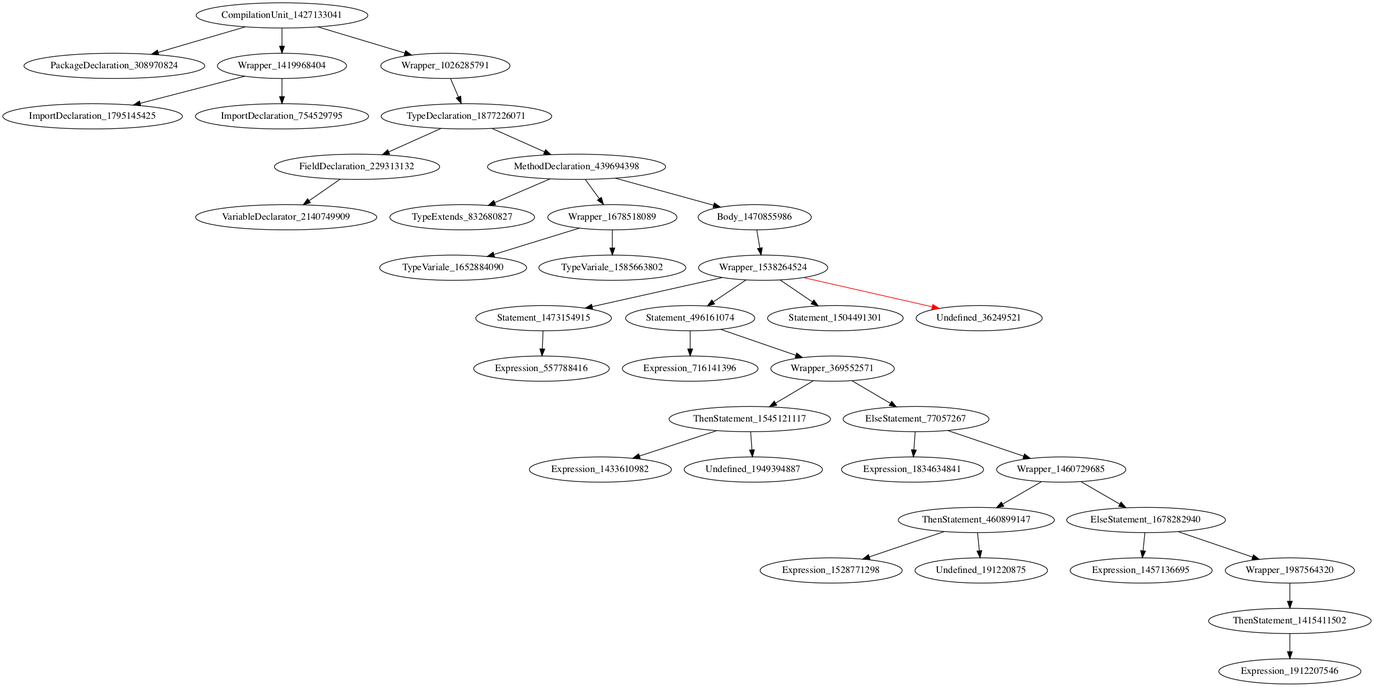
The Graphviz diagram holeAST.png in icse2023material/VoiceJava, before a commit. Its source is kept beside it as holeAST.dot.
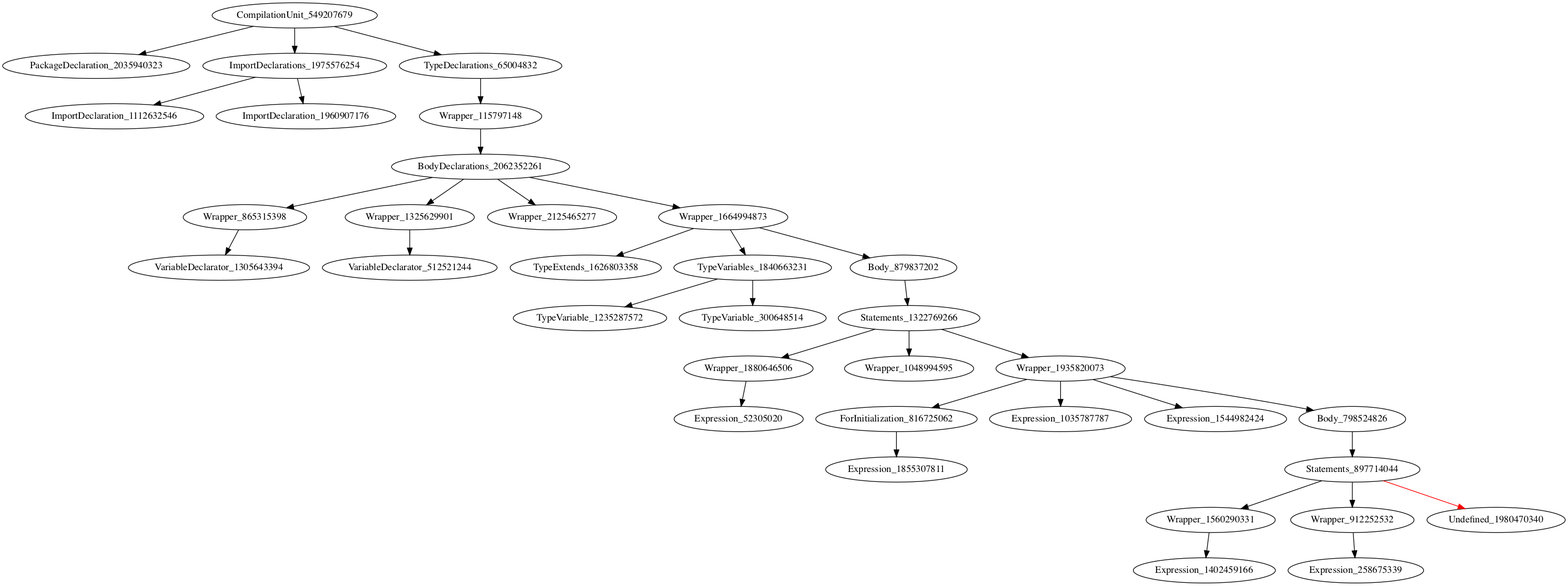
After the change.

What changed in the source:
```diff
@@ -1,38 +1,36 @@
 digraph {
-CompilationUnit_1427133041 -> PackageDeclaration_308970824
-CompilationUnit_1427133041 -> Wrapper_1419968404
-CompilationUnit_1427133041 -> Wrapper_1026285791
-Wrapper_1419968404 -> ImportDeclaration_1795145425
-Wrapper_1419968404 -> ImportDeclaration_754529795
-Wrapper_1026285791 -> TypeDeclaration_1877226071
-TypeDeclaration_1877226071 -> FieldDeclaration_229313132
-TypeDeclaration_1877226071 -> MethodDeclaration_439694398
-FieldDeclaration_229313132 -> VariableDeclarator_2140749909
-MethodDeclaration_439694398 -> TypeExtends_832680827
-MethodDeclaration_439694398 -> Wrapper_1678518089
-MethodDeclaration_439694398 -> Body_1470855986
-Wrapper_1678518089 -> TypeVariale_1652884090
-Wrapper_1678518089 -> TypeVariale_1585663802
-Body_1470855986 -> Wrapper_1538264524
-Wrapper_1538264524 -> Statement_1473154915
-Wrapper_1538264524 -> Statement_496161074
-Wrapper_1538264524 -> Statement_1504491301
-Wrapper_1538264524 -> Undefined_36249521 [color = red]
-Statement_1473154915 -> Expression_557788416
-Statement_496161074 -> Expression_716141396
-Statement_496161074 -> Wrapper_369552571
-Wrapper_369552571 -> ThenStatement_1545121117
-Wrapper_369552571 -> ElseStatement_77057267
-ThenStatement_1545121117 -> Expression_1433610982
-ThenStatement_1545121117 -> Undefined_1949394887
-ElseStatement_77057267 -> Expression_1834634841
-ElseStatement_77057267 -> Wrapper_1460729685
-Wrapper_1460729685 -> ThenStatement_460899147
-Wrapper_1460729685 -> ElseStatement_1678282940
-ThenStatement_460899147 -> Expression_1528771298
-ThenStatement_460899147 -> Undefined_191220875
-ElseStatement_1678282940 -> Expression_1457136695
-ElseStatement_1678282940 -> Wrapper_1987564320
-Wrapper_1987564320 -> ThenStatement_1415411502
-ThenStatement_1415411502 -> Expression_1912207546
+CompilationUnit_549207679 -> PackageDeclaration_2035940323
+CompilationUnit_549207679 -> ImportDeclarations_1975576254
+CompilationUnit_549207679 -> TypeDeclarations_65004832
+ImportDeclarations_1975576254 -> ImportDeclaration_1112632546
+ImportDeclarations_1975576254 -> ImportDeclaration_1960907176
+TypeDeclarations_65004832 -> Wrapper_115797148
+Wrapper_115797148 -> BodyDeclarations_2062352261
+BodyDeclarations_2062352261 -> Wrapper_865315398
+BodyDeclarations_2062352261 -> Wrapper_1325629901
+BodyDeclarations_2062352261 -> Wrapper_2125465277
+BodyDeclarations_2062352261 -> Wrapper_1664994873
+Wrapper_865315398 -> VariableDeclarator_1305643394
+Wrapper_1325629901 -> VariableDeclarator_512521244
+Wrapper_1664994873 -> TypeExtends_1626803358
+Wrapper_1664994873 -> TypeVariables_1840663231
+Wrapper_1664994873 -> Body_879837202
+TypeVariables_1840663231 -> TypeVariable_1235287572
+TypeVariables_1840663231 -> TypeVariable_300648514
+Body_879837202 -> Statements_1322769266
+Statements_1322769266 -> Wrapper_1880646506
+Statements_1322769266 -> Wrapper_1048994595
+Statements_1322769266 -> Wrapper_1935820073
+Wrapper_1880646506 -> Expression_52305020
+Wrapper_1935820073 -> ForInitialization_816725062
+Wrapper_1935820073 -> Expression_1035787787
+Wrapper_1935820073 -> Expression_1544982424
+Wrapper_1935820073 -> Body_798524826
+ForInitialization_816725062 -> Expression_1855307811
+Body_798524826 -> Statements_897714044
+Statements_897714044 -> Wrapper_1560290331
+Statements_897714044 -> Wrapper_912252532
+Statements_897714044 -> Undefined_1980470340 [color = red]
+Wrapper_1560290331 -> Expression_1402459166
+Wrapper_912252532 -> Expression_258675339
 }
```
